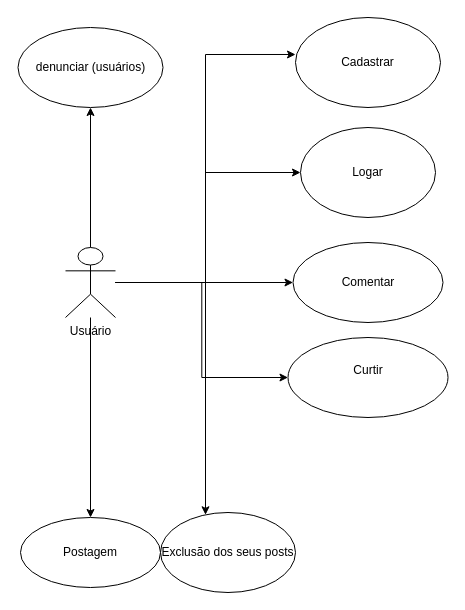
Earlier version of the draw.io diagram Diagrama 4IF.drawio (BrunoTdS456123/PPO2). Source tidied: cells renumbered, new cells numbered last; positions are measured from the earlier drawing's top-left corner, leaving out a move shared by most shapes. Both pictures are drawn from the tidied source at 100%, with x=0, y=0 at pixel (17, 17).
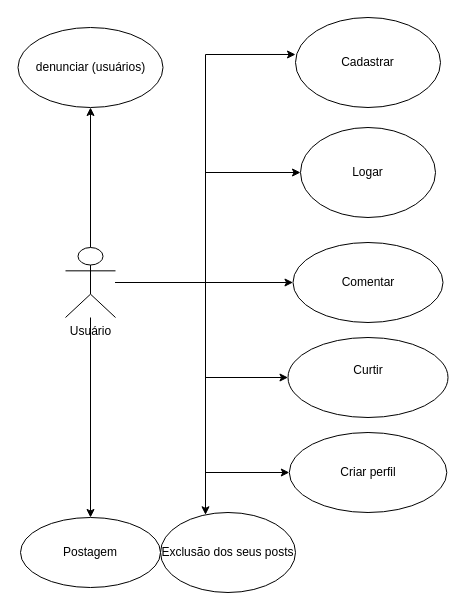
The same page after the edit.

The change refers to these unchanged cells:
```xml
<mxCell id="8" value="Usuário" style="shape=umlActor;verticalLabelPosition=bottom;verticalAlign=top;html=1;" parent="1" vertex="1">
  <mxGeometry x="48" y="230" width="50" height="70" as="geometry" />
</mxCell>
<mxCell id="10" value="Curtir&lt;div&gt;&lt;br&gt;&lt;/div&gt;" style="ellipse;whiteSpace=wrap;html=1;" parent="1" vertex="1">
  <mxGeometry x="270.5" y="320" width="160" height="80" as="geometry" />
</mxCell>
```

What changed in the source:
```diff
@@
     <mxCell id="2" style="edgeStyle=orthogonalEdgeStyle;rounded=0;jettySize=auto;html=1;entryX=0;entryY=0.5;entryDx=0;entryDy=0;" parent="1" edge="1" source="8" target="10">
-      <mxGeometry relative="1" as="geometry" />
+      <mxGeometry relative="1" as="geometry">
+        <Array as="points">
+          <mxPoint x="188" y="265" />
+          <mxPoint x="188" y="360" />
+        </Array>
+      </mxGeometry>
     </mxCell>
@@
+    <mxCell id="17" style="edgeStyle=orthogonalEdgeStyle;rounded=0;jettySize=auto;html=1;" parent="1" edge="1" source="8" target="18">
+      <mxGeometry relative="1" as="geometry">
+        <Array as="points">
+          <mxPoint x="188" y="265" />
+          <mxPoint x="188" y="455" />
+        </Array>
+      </mxGeometry>
+    </mxCell>
@@
+    <mxCell id="18" value="Criar perfil" style="ellipse;whiteSpace=wrap;html=1;" parent="1" vertex="1">
+      <mxGeometry x="271.8" y="415" width="157.5" height="80" as="geometry" />
+    </mxCell>
```
